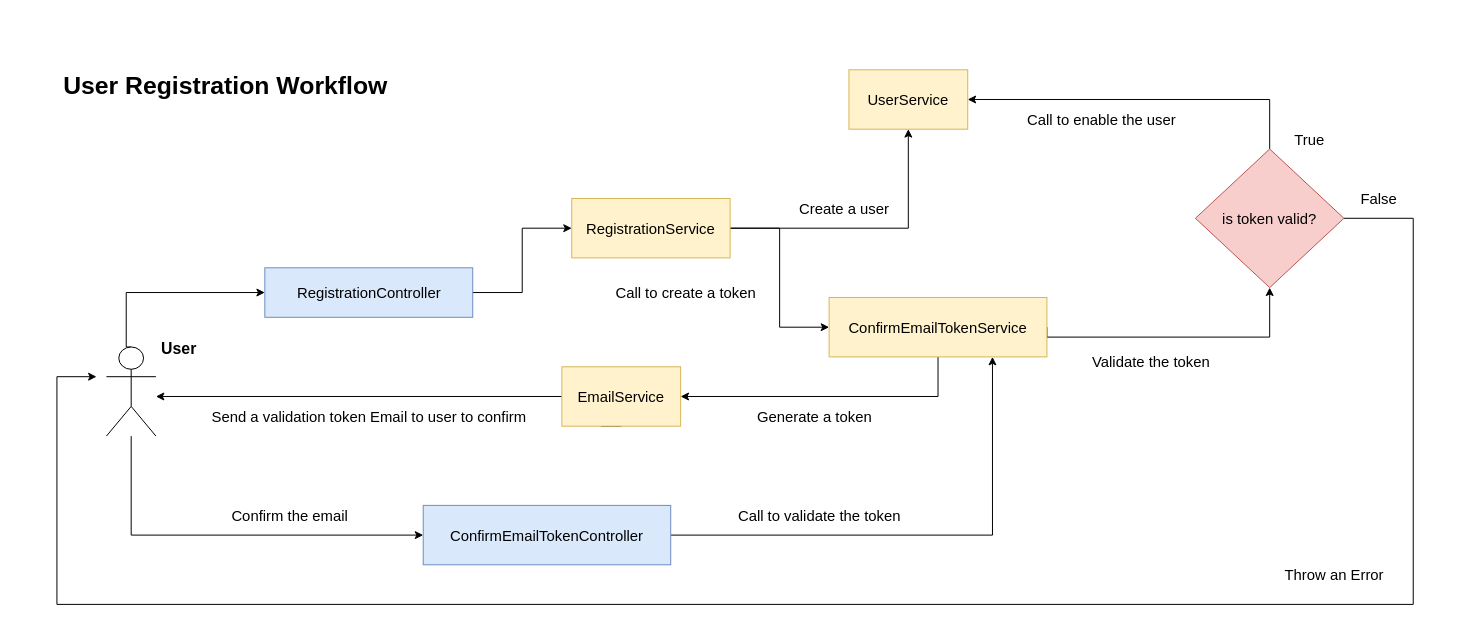
Earlier version of the draw.io diagram src/main/resources/Untitled Diagram.drawio (foxlovecat1989/StockPortfolio). Source tidied: cells renumbered, new cells numbered last; positions are measured from the earlier drawing's top-left corner, leaving out a move shared by most shapes. Both pictures are drawn from the tidied source at 99%, with x=0, y=0 at pixel (56, 69).
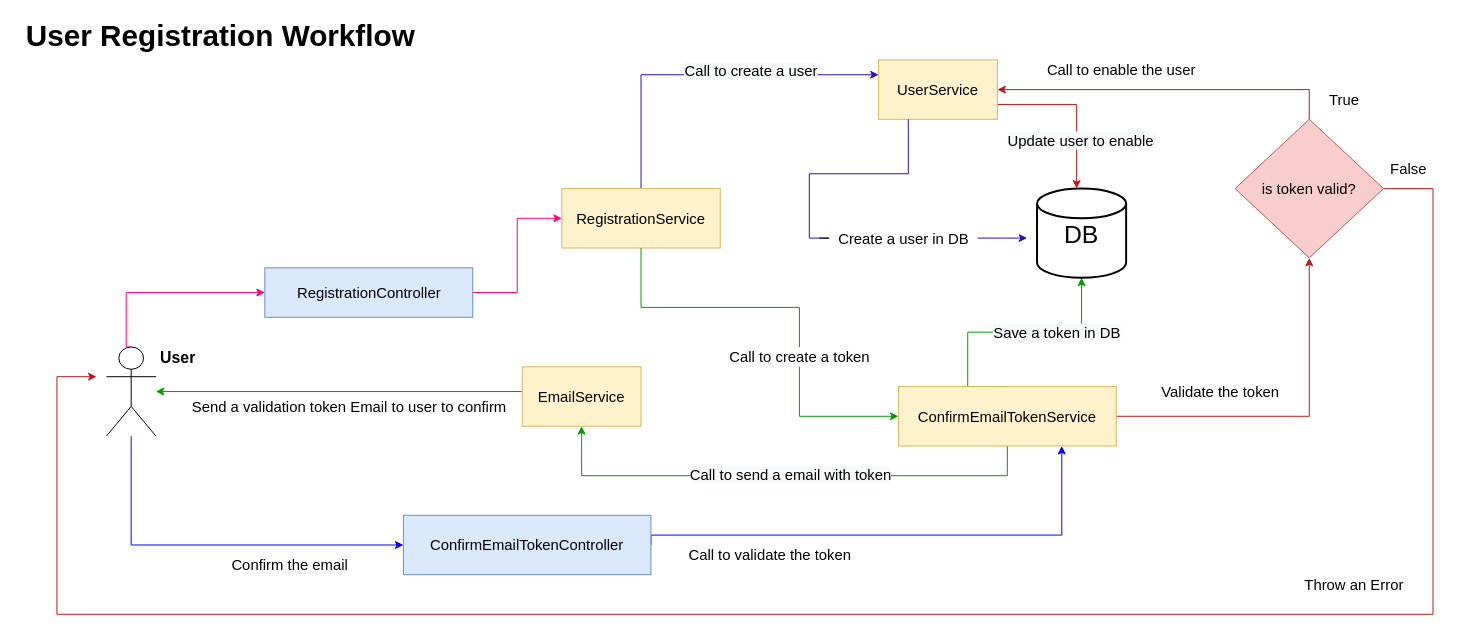
After the change.

Unchanged cells that the change refers to:
```xml
<mxCell id="5" style="shape=umlActor;verticalLabelPosition=bottom;verticalAlign=top;html=1;outlineConnect=0;fontFamily=Helvetica;fontStyle=0;fontSize=15;" parent="1" vertex="1">
  <mxGeometry x="50" y="280" width="50" height="90" as="geometry" />
</mxCell>
<mxCell id="7" value="RegistrationController" style="html=1;fillColor=#dae8fc;strokeColor=#6c8ebf;fontFamily=Helvetica;fontStyle=0;fontSize=15;" parent="1" vertex="1">
  <mxGeometry x="210" y="200" width="210" height="50" as="geometry" />
</mxCell>
```

Change to the diagram source:
```diff
@@
-    <mxCell id="2" style="edgeStyle=orthogonalEdgeStyle;rounded=0;jettySize=auto;html=1;exitX=0.5;exitY=0;exitDx=0;exitDy=0;exitPerimeter=0;fontFamily=Helvetica;fontSize=15;" parent="1" edge="1" source="5" target="7">
+    <mxCell id="2" style="edgeStyle=orthogonalEdgeStyle;rounded=0;jettySize=auto;html=1;exitX=0.5;exitY=0;exitDx=0;exitDy=0;exitPerimeter=0;fontFamily=Helvetica;fontSize=15;strokeColor=#FF0080;" parent="1" edge="1" source="5" target="7">
       <mxGeometry relative="1" as="geometry">
         <Array as="points">
           <mxPoint x="70" y="225" />
         </Array>
       </mxGeometry>
     </mxCell>
-    <mxCell id="3" style="edgeStyle=orthogonalEdgeStyle;rounded=0;jettySize=auto;html=1;fontFamily=Helvetica;fontSize=15;entryX=0;entryY=0.5;entryDx=0;entryDy=0;" parent="1" edge="1" source="5" target="17">
+    <mxCell id="3" style="edgeStyle=orthogonalEdgeStyle;rounded=0;jettySize=auto;html=1;fontFamily=Helvetica;fontSize=15;entryX=0;entryY=0.5;entryDx=0;entryDy=0;strokeColor=#0000FF;" parent="1" edge="1" source="5" target="17">
       <mxGeometry relative="1" as="geometry">
         <Array as="points">
-          <mxPoint x="75" y="470" />
+          <mxPoint x="75" y="480" />
         </Array>
       </mxGeometry>
     </mxCell>
     <mxCell id="4" value="User" style="edgeLabel;html=1;align=center;verticalAlign=middle;fontSize=16;fontFamily=Helvetica;fontStyle=1;" parent="3" vertex="1">
       <mxGeometry x="0.86" relative="1" as="geometry">
-        <mxPoint x="-220" y="-189" as="offset" />
+        <mxPoint x="-202" y="-190" as="offset" />
       </mxGeometry>
     </mxCell>
@@
-    <mxCell id="6" style="edgeStyle=orthogonalEdgeStyle;rounded=0;jettySize=auto;html=1;exitX=1;exitY=0.5;exitDx=0;exitDy=0;entryX=0;entryY=0.5;entryDx=0;entryDy=0;fontFamily=Helvetica;fontStyle=0;fontSize=15;" parent="1" edge="1" source="7" target="10">
+    <mxCell id="6" style="edgeStyle=orthogonalEdgeStyle;rounded=0;jettySize=auto;html=1;exitX=1;exitY=0.5;exitDx=0;exitDy=0;entryX=0;entryY=0.5;entryDx=0;entryDy=0;fontFamily=Helvetica;fontStyle=0;fontSize=15;strokeColor=#FF0080;" parent="1" edge="1" source="7" target="10">
       <mxGeometry relative="1" as="geometry" />
     </mxCell>
@@
-    <mxCell id="8" style="edgeStyle=orthogonalEdgeStyle;rounded=0;jettySize=auto;html=1;exitX=1;exitY=0.5;exitDx=0;exitDy=0;fontFamily=Helvetica;fontStyle=0;fontSize=15;" parent="1" edge="1" source="10" target="11">
+    <mxCell id="8" style="edgeStyle=orthogonalEdgeStyle;rounded=0;jettySize=auto;html=1;exitX=0.5;exitY=0;exitDx=0;exitDy=0;entryX=0;entryY=0.25;entryDx=0;entryDy=0;fontFamily=Helvetica;fontSize=15;strokeColor=#330BB8;" parent="1" edge="1" source="10" target="11">
       <mxGeometry relative="1" as="geometry" />
     </mxCell>
-    <mxCell id="9" style="edgeStyle=orthogonalEdgeStyle;rounded=0;jettySize=auto;html=1;fontFamily=Helvetica;fontStyle=0;fontSize=15;entryX=0;entryY=0.5;entryDx=0;entryDy=0;" parent="1" edge="1" source="10" target="21">
-      <mxGeometry relative="1" as="geometry" />
-    </mxCell>
+    <mxCell id="34" value="&lt;span style=&quot;background-color: rgb(248 , 249 , 250)&quot;&gt;Call to create a user&lt;/span&gt;" style="edgeLabel;html=1;align=center;verticalAlign=middle;fontSize=15;fontFamily=Helvetica;" parent="8" vertex="1">
+      <mxGeometry x="-0.25" relative="1" as="geometry">
+        <mxPoint x="92" y="-5" as="offset" />
+      </mxGeometry>
+    </mxCell>
     <mxCell id="10" value="RegistrationService" style="rounded=0;whiteSpace=wrap;html=1;fontFamily=Helvetica;fontStyle=0;fontSize=15;fillColor=#fff2cc;strokeColor=#d6b656;" parent="1" vertex="1">
-      <mxGeometry x="520" y="130" width="160" height="60" as="geometry" />
+      <mxGeometry x="510" y="120" width="160" height="60" as="geometry" />
     </mxCell>
+    <mxCell id="35" style="edgeStyle=orthogonalEdgeStyle;rounded=0;jettySize=auto;html=1;exitX=1;exitY=0.75;exitDx=0;exitDy=0;fontFamily=Helvetica;fontSize=15;strokeColor=#B81A1A;" parent="1" edge="1" source="11" target="40">
+      <mxGeometry relative="1" as="geometry">
+        <Array as="points">
+          <mxPoint x="1030" y="35" />
+        </Array>
+      </mxGeometry>
+    </mxCell>
+    <mxCell id="36" value="&lt;span style=&quot;background-color: rgb(248 , 249 , 250)&quot;&gt;Update user to enable&amp;nbsp;&lt;/span&gt;" style="edgeLabel;html=1;align=center;verticalAlign=middle;fontSize=15;fontFamily=Helvetica;" parent="35" vertex="1">
+      <mxGeometry x="0.31" relative="1" as="geometry">
+        <mxPoint x="5" y="7" as="offset" />
+      </mxGeometry>
+    </mxCell>
     <mxCell id="11" value="UserService" style="rounded=0;whiteSpace=wrap;html=1;fontFamily=Helvetica;fontStyle=0;fontSize=15;fillColor=#fff2cc;strokeColor=#d6b656;" parent="1" vertex="1">
-      <mxGeometry x="800" width="120" height="60" as="geometry" />
+      <mxGeometry x="830" y="-10" width="120" height="60" as="geometry" />
     </mxCell>
-    <mxCell id="12" style="edgeStyle=orthogonalEdgeStyle;rounded=0;jettySize=auto;html=1;exitX=0.5;exitY=1;exitDx=0;exitDy=0;fontSize=15;fontFamily=Helvetica;fontStyle=0;" parent="1" edge="1" source="13" target="5">
+    <mxCell id="12" style="edgeStyle=orthogonalEdgeStyle;rounded=0;jettySize=auto;html=1;exitX=0;exitY=0.5;exitDx=0;exitDy=0;fontSize=15;fontFamily=Helvetica;fontStyle=0;strokeColor=#009900;" parent="1" edge="1" source="13" target="5">
       <mxGeometry relative="1" as="geometry">
         <Array as="points">
+          <mxPoint x="490" y="330" />
           <mxPoint x="550" y="330" />
+          <mxPoint x="550" y="325" />
         </Array>
       </mxGeometry>
     </mxCell>
     <mxCell id="13" value="EmailService" style="rounded=0;whiteSpace=wrap;html=1;fontFamily=Helvetica;fontStyle=0;fontSize=15;fillColor=#fff2cc;strokeColor=#d6b656;" parent="1" vertex="1">
-      <mxGeometry x="510" y="300" width="120" height="60" as="geometry" />
+      <mxGeometry x="470" y="300" width="120" height="60" as="geometry" />
     </mxCell>
-    <mxCell id="14" value="Create a user" style="text;html=1;align=center;verticalAlign=middle;fillColor=none;strokeColor=none;rounded=0;fontFamily=Helvetica;fontStyle=0;fontSize=15;" parent="1" vertex="1">
-      <mxGeometry x="740" y="130" width="110" height="20" as="geometry" />
-    </mxCell>
     <mxCell id="15" value="Send a validation token Email to user to confirm" style="text;html=1;align=center;verticalAlign=middle;fillColor=none;strokeColor=none;rounded=0;fontFamily=Helvetica;fontStyle=0;fontSize=15;" parent="1" vertex="1">
-      <mxGeometry x="150" y="340" width="330" height="20" as="geometry" />
+      <mxGeometry x="130" y="330" width="330" height="20" as="geometry" />
     </mxCell>
-    <mxCell id="16" style="edgeStyle=orthogonalEdgeStyle;rounded=0;jettySize=auto;html=1;exitX=1;exitY=0.5;exitDx=0;exitDy=0;entryX=0.75;entryY=1;entryDx=0;entryDy=0;fontFamily=Helvetica;fontSize=15;" parent="1" edge="1" source="17" target="21">
-      <mxGeometry relative="1" as="geometry" />
+    <mxCell id="16" style="edgeStyle=orthogonalEdgeStyle;rounded=0;jettySize=auto;html=1;exitX=1;exitY=0.5;exitDx=0;exitDy=0;entryX=0.75;entryY=1;entryDx=0;entryDy=0;fontFamily=Helvetica;fontSize=15;strokeColor=#0000FF;" parent="1" edge="1" source="17" target="21">
+      <mxGeometry relative="1" as="geometry">
+        <Array as="points">
+          <mxPoint x="1015" y="470" />
+        </Array>
+      </mxGeometry>
     </mxCell>
     <mxCell id="17" value="ConfirmEmailTokenController" style="whiteSpace=wrap;html=1;fontSize=15;fontFamily=Helvetica;fontStyle=0;fillColor=#dae8fc;strokeColor=#6c8ebf;" parent="1" vertex="1">
-      <mxGeometry x="370" y="440" width="250" height="60" as="geometry" />
+      <mxGeometry x="350" y="450" width="250" height="60" as="geometry" />
     </mxCell>
     <mxCell id="18" value="Confirm the email" style="text;html=1;align=center;verticalAlign=middle;fillColor=none;strokeColor=none;rounded=0;fontFamily=Helvetica;fontSize=15;" parent="1" vertex="1">
-      <mxGeometry x="170" y="440" width="130" height="20" as="geometry" />
+      <mxGeometry x="170" y="490" width="130" height="20" as="geometry" />
     </mxCell>
+    <mxCell id="20" style="edgeStyle=orthogonalEdgeStyle;rounded=0;jettySize=auto;html=1;exitX=1;exitY=0.5;exitDx=0;exitDy=0;fontFamily=Helvetica;fontSize=15;entryX=0.5;entryY=1;entryDx=0;entryDy=0;strokeColor=#B81A1A;" parent="1" edge="1" source="21" target="26">
+      <mxGeometry relative="1" as="geometry">
+        <Array as="points">
+          <mxPoint x="1265" y="350" />
+        </Array>
+      </mxGeometry>
+    </mxCell>
+    <mxCell id="37" style="edgeStyle=orthogonalEdgeStyle;rounded=0;jettySize=auto;html=1;exitX=0.5;exitY=0;exitDx=0;exitDy=0;entryX=0.5;entryY=1;entryDx=0;entryDy=0;entryPerimeter=0;fontFamily=Helvetica;fontSize=15;strokeColor=#009900;" parent="1" edge="1" source="21" target="40">
+      <mxGeometry relative="1" as="geometry">
+        <Array as="points">
+          <mxPoint x="920" y="320" />
+          <mxPoint x="920" y="265" />
+          <mxPoint x="1035" y="265" />
+        </Array>
+      </mxGeometry>
+    </mxCell>
+    <mxCell id="38" value="&lt;span style=&quot;background-color: rgb(248 , 249 , 250)&quot;&gt;Save a token in DB&lt;/span&gt;" style="edgeLabel;html=1;align=center;verticalAlign=middle;fontSize=15;fontFamily=Helvetica;" parent="37" vertex="1">
+      <mxGeometry x="0.11" y="1" relative="1" as="geometry">
+        <mxPoint x="37" as="offset" />
+      </mxGeometry>
+    </mxCell>
-    <mxCell id="19" style="edgeStyle=orthogonalEdgeStyle;rounded=0;jettySize=auto;html=1;exitX=0.5;exitY=1;exitDx=0;exitDy=0;entryX=1;entryY=0.5;entryDx=0;entryDy=0;fontFamily=Helvetica;fontSize=15;" parent="1" edge="1" source="21" target="13">
-      <mxGeometry relative="1" as="geometry" />
+    <mxCell id="19" style="edgeStyle=orthogonalEdgeStyle;rounded=0;jettySize=auto;html=1;exitX=0.5;exitY=1;exitDx=0;exitDy=0;entryX=0.5;entryY=1;entryDx=0;entryDy=0;fontFamily=Helvetica;fontSize=15;strokeColor=#009900;" parent="1" edge="1" source="21" target="13">
+      <mxGeometry relative="1" as="geometry">
+        <Array as="points">
+          <mxPoint x="960" y="410" />
+          <mxPoint x="530" y="410" />
+        </Array>
+      </mxGeometry>
     </mxCell>
-    <mxCell id="20" style="edgeStyle=orthogonalEdgeStyle;rounded=0;jettySize=auto;html=1;exitX=1;exitY=0.5;exitDx=0;exitDy=0;fontFamily=Helvetica;fontSize=15;entryX=0.5;entryY=1;entryDx=0;entryDy=0;" parent="1" edge="1" source="21" target="26">
-      <mxGeometry relative="1" as="geometry">
-        <Array as="points">
-          <mxPoint x="1000" y="270" />
-          <mxPoint x="1225" y="270" />
-        </Array>
-      </mxGeometry>
-    </mxCell>
+    <mxCell id="39" value="&lt;span style=&quot;background-color: rgb(248 , 249 , 250)&quot;&gt;Call to send a email with token&lt;/span&gt;" style="edgeLabel;html=1;align=center;verticalAlign=middle;fontSize=15;fontFamily=Helvetica;" parent="19" vertex="1">
+      <mxGeometry x="0.11" y="-2" relative="1" as="geometry">
+        <mxPoint x="33" as="offset" />
+      </mxGeometry>
+    </mxCell>
     <mxCell id="21" value="ConfirmEmailTokenService" style="whiteSpace=wrap;html=1;fontFamily=Helvetica;fontSize=15;fillColor=#fff2cc;strokeColor=#d6b656;" parent="1" vertex="1">
-      <mxGeometry x="780" y="230" width="220" height="60" as="geometry" />
+      <mxGeometry x="850" y="320" width="220" height="60" as="geometry" />
     </mxCell>
-    <mxCell id="22" value="Generate a token" style="text;html=1;align=center;verticalAlign=middle;fillColor=none;strokeColor=none;rounded=0;fontFamily=Helvetica;fontSize=15;" parent="1" vertex="1">
-      <mxGeometry x="700" y="340" width="130" height="20" as="geometry" />
-    </mxCell>
     <mxCell id="23" value="Call to validate the token" style="text;html=1;align=center;verticalAlign=middle;fillColor=none;strokeColor=none;rounded=0;fontFamily=Helvetica;fontSize=15;" parent="1" vertex="1">
-      <mxGeometry x="680" y="440" width="180" height="20" as="geometry" />
+      <mxGeometry x="630" y="480" width="180" height="20" as="geometry" />
     </mxCell>
-    <mxCell id="24" style="edgeStyle=orthogonalEdgeStyle;rounded=0;jettySize=auto;html=1;entryX=1;entryY=0.5;entryDx=0;entryDy=0;fontFamily=Helvetica;fontSize=15;" parent="1" edge="1" source="26" target="11">
+    <mxCell id="24" style="edgeStyle=orthogonalEdgeStyle;rounded=0;jettySize=auto;html=1;fontFamily=Helvetica;fontSize=15;exitX=0.5;exitY=0;exitDx=0;exitDy=0;entryX=1;entryY=0.5;entryDx=0;entryDy=0;fillColor=#f8cecc;strokeColor=#B81A1A;" parent="1" edge="1" source="26" target="11">
       <mxGeometry relative="1" as="geometry">
         <Array as="points">
-          <mxPoint x="1225" y="30" />
-          <mxPoint x="920" y="30" />
+          <mxPoint x="1265" y="20" />
         </Array>
       </mxGeometry>
     </mxCell>
-    <mxCell id="25" style="edgeStyle=orthogonalEdgeStyle;rounded=0;jettySize=auto;html=1;exitX=1;exitY=0.5;exitDx=0;exitDy=0;fontFamily=Helvetica;fontSize=15;" parent="1" edge="1" source="26">
+    <mxCell id="25" style="edgeStyle=orthogonalEdgeStyle;rounded=0;jettySize=auto;html=1;exitX=1;exitY=0.5;exitDx=0;exitDy=0;fontFamily=Helvetica;fontSize=15;strokeColor=#B81A1A;" parent="1" edge="1" source="26">
       <mxGeometry relative="1" as="geometry">
         <mxPoint x="40" y="310" as="targetPoint" />
         <Array as="points">
-          <mxPoint x="1370" y="150" />
-          <mxPoint x="1370" y="540" />
-          <mxPoint y="540" />
+          <mxPoint x="1390" y="120" />
+          <mxPoint x="1390" y="550" />
+          <mxPoint y="550" />
           <mxPoint y="310" />
         </Array>
       </mxGeometry>
     </mxCell>
     <mxCell id="26" value="is token valid?" style="rhombus;whiteSpace=wrap;html=1;fontFamily=Helvetica;fontSize=15;fillColor=#f8cecc;strokeColor=#b85450;" parent="1" vertex="1">
-      <mxGeometry x="1150" y="80" width="150" height="140" as="geometry" />
+      <mxGeometry x="1190" y="50" width="150" height="140" as="geometry" />
     </mxCell>
     <mxCell id="27" value="Call to enable the user" style="text;html=1;align=center;verticalAlign=middle;fillColor=none;strokeColor=none;rounded=0;fontFamily=Helvetica;fontSize=15;" parent="1" vertex="1">
-      <mxGeometry x="970" y="40" width="170" height="20" as="geometry" />
+      <mxGeometry x="990" y="-10" width="170" height="20" as="geometry" />
     </mxCell>
     <mxCell id="28" value="True" style="text;html=1;align=center;verticalAlign=middle;fillColor=none;strokeColor=none;rounded=0;fontFamily=Helvetica;fontSize=15;" parent="1" vertex="1">
-      <mxGeometry x="1240" y="60" width="50" height="20" as="geometry" />
+      <mxGeometry x="1275" y="20" width="50" height="20" as="geometry" />
     </mxCell>
-    <mxCell id="29" value="&lt;font size=&quot;1&quot;&gt;&lt;b style=&quot;font-size: 25px&quot;&gt;User Registration Workflow&lt;/b&gt;&lt;/font&gt;" style="text;html=1;align=center;verticalAlign=middle;fillColor=none;strokeColor=none;rounded=0;fontFamily=Helvetica;fontSize=15;" parent="1" vertex="1">
-      <mxGeometry width="340" height="30" as="geometry" />
+    <mxCell id="29" value="&lt;font size=&quot;1&quot;&gt;&lt;b style=&quot;font-size: 30px&quot;&gt;User Registration Workflow&lt;/b&gt;&lt;/font&gt;" style="text;html=1;align=center;verticalAlign=middle;fillColor=none;strokeColor=none;rounded=0;fontFamily=Helvetica;fontSize=15;" parent="1" vertex="1">
+      <mxGeometry x="-40" y="-50" width="410" height="30" as="geometry" />
     </mxCell>
     <mxCell id="30" value="False" style="text;html=1;align=center;verticalAlign=middle;fillColor=none;strokeColor=none;rounded=0;fontFamily=Helvetica;fontSize=15;" parent="1" vertex="1">
-      <mxGeometry x="1310" y="120" width="50" height="20" as="geometry" />
+      <mxGeometry x="1340" y="90" width="50" height="20" as="geometry" />
     </mxCell>
-    <mxCell id="31" value="&lt;font style=&quot;font-size: 15px;&quot;&gt;Call to create a token&lt;/font&gt;" style="text;html=1;align=center;verticalAlign=middle;points=[];fillColor=none;strokeColor=none;rounded=0;fontFamily=Helvetica;fontSize=15;" parent="1" vertex="1">
-      <mxGeometry x="555" y="215" width="160" height="20" as="geometry" />
-    </mxCell>
     <mxCell id="32" value="Throw an Error" style="text;html=1;align=center;verticalAlign=middle;fillColor=none;strokeColor=none;rounded=0;fontFamily=Helvetica;fontSize=15;" parent="1" vertex="1">
-      <mxGeometry x="1230" y="500" width="120" height="20" as="geometry" />
+      <mxGeometry x="1250" y="510" width="120" height="20" as="geometry" />
     </mxCell>
     <mxCell id="33" value="&lt;font style=&quot;font-size: 15px&quot;&gt;Validate the token&lt;/font&gt;" style="text;html=1;align=center;verticalAlign=middle;fillColor=none;strokeColor=none;rounded=0;fontFamily=Helvetica;fontSize=16;" parent="1" vertex="1">
-      <mxGeometry x="1040" y="280" width="130" height="30" as="geometry" />
+      <mxGeometry x="1110" y="310" width="130" height="30" as="geometry" />
     </mxCell>
+    <mxCell id="40" value="DB" style="strokeWidth=2;html=1;shape=mxgraph.flowchart.database;whiteSpace=wrap;fontFamily=Helvetica;fontSize=25;" parent="1" vertex="1">
+      <mxGeometry x="990" y="120" width="90" height="90" as="geometry" />
+    </mxCell>
+    <mxCell id="41" style="edgeStyle=orthogonalEdgeStyle;rounded=0;jettySize=auto;html=1;entryX=0;entryY=0.5;entryDx=0;entryDy=0;fontFamily=Helvetica;fontSize=15;strokeColor=#009900;" parent="1" edge="1" source="31" target="21">
+      <mxGeometry relative="1" as="geometry">
+        <Array as="points">
+          <mxPoint x="750" y="350" />
+        </Array>
+      </mxGeometry>
+    </mxCell>
+    <mxCell id="31" value="&lt;font style=&quot;font-size: 15px;&quot;&gt;Call to create a token&lt;/font&gt;" style="text;html=1;align=center;verticalAlign=middle;points=[];fillColor=none;strokeColor=none;rounded=0;fontFamily=Helvetica;fontSize=15;" parent="1" vertex="1">
+      <mxGeometry x="670" y="280" width="160" height="20" as="geometry" />
+    </mxCell>
+    <mxCell id="42" style="edgeStyle=orthogonalEdgeStyle;rounded=0;jettySize=auto;html=1;fontFamily=Helvetica;fontStyle=0;fontSize=15;endArrow=none;strokeColor=#009900;" parent="1" edge="1" source="10" target="31">
+      <mxGeometry relative="1" as="geometry">
+        <Array as="points">
+          <mxPoint x="590" y="240" />
+          <mxPoint x="750" y="240" />
+        </Array>
+      </mxGeometry>
+    </mxCell>
+    <mxCell id="43" style="edgeStyle=orthogonalEdgeStyle;rounded=0;jettySize=auto;html=1;exitX=0.25;exitY=1;exitDx=0;exitDy=0;fontFamily=Helvetica;fontSize=15;entryX=0;entryY=0.5;entryDx=0;entryDy=0;entryPerimeter=0;startArrow=none;endArrow=none;strokeColor=#330BB8;" parent="1" edge="1" source="11" target="45">
+      <mxGeometry relative="1" as="geometry" />
+    </mxCell>
+    <mxCell id="44" style="edgeStyle=orthogonalEdgeStyle;rounded=0;jettySize=auto;html=1;fontFamily=Helvetica;fontSize=15;strokeColor=#330BB8;" parent="1" edge="1" source="45">
+      <mxGeometry relative="1" as="geometry">
+        <mxPoint x="980" y="170" as="targetPoint" />
+      </mxGeometry>
+    </mxCell>
+    <mxCell id="45" value="Create a user in DB" style="text;html=1;align=center;verticalAlign=middle;points=[];fillColor=none;strokeColor=none;rounded=0;fontFamily=Helvetica;fontSize=15;rotation=0;" parent="1" vertex="1">
+      <mxGeometry x="780" y="160" width="150" height="20" as="geometry" />
+    </mxCell>
+    <mxCell id="46" style="edgeStyle=orthogonalEdgeStyle;rounded=0;jettySize=auto;html=1;fontFamily=Helvetica;fontSize=15;entryX=0;entryY=0.5;entryDx=0;entryDy=0;entryPerimeter=0;startArrow=none;endArrow=none;" parent="1" edge="1" target="45">
+      <mxGeometry relative="1" as="geometry">
+        <mxPoint x="770" y="170" as="sourcePoint" />
+      </mxGeometry>
+    </mxCell>
```
